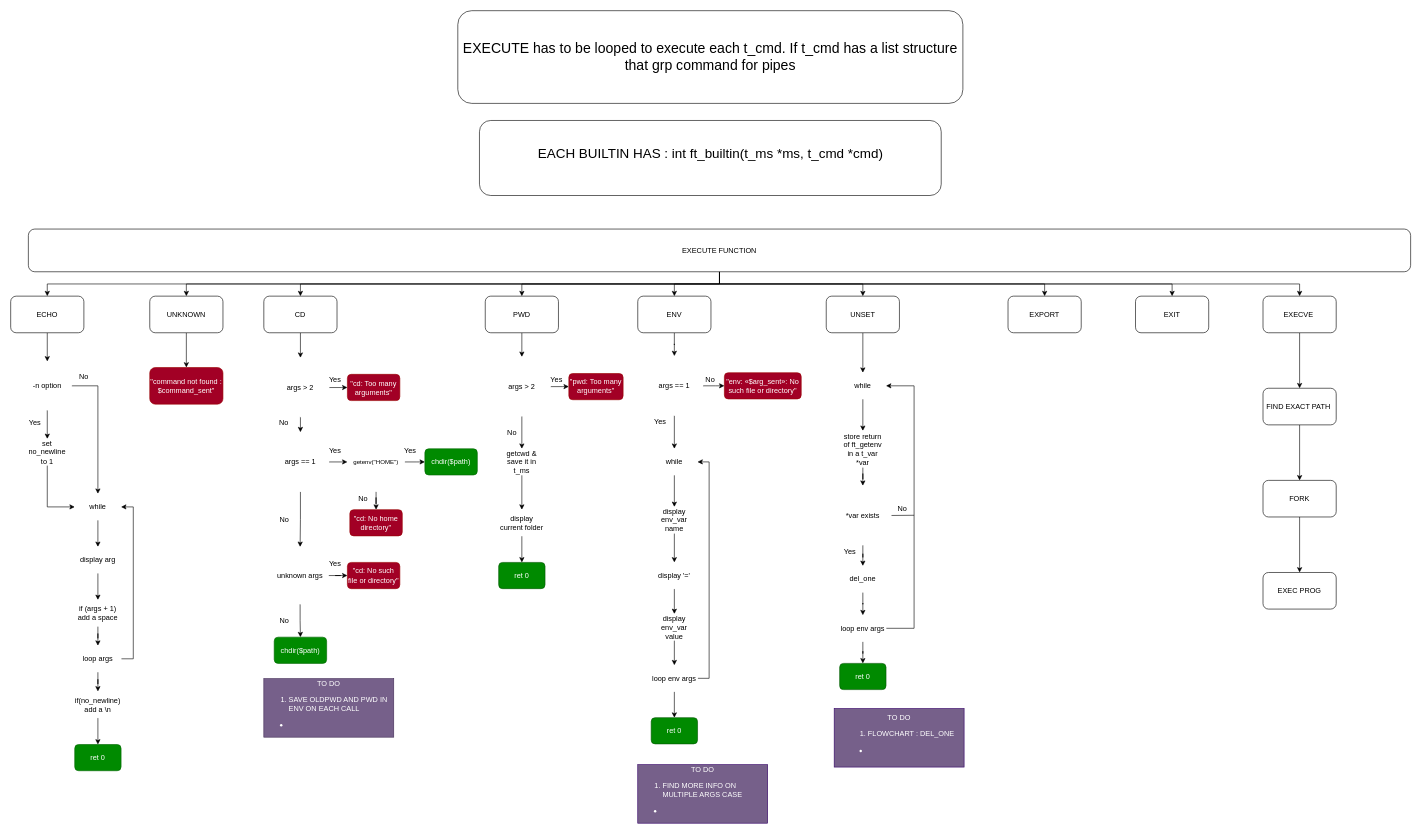
Earlier version of the draw.io diagram page "builtin redirection" (2 of 2) of Untitled Diagram.drawio (bauhaas/42MINISHELL). Source tidied: cells renumbered, new cells numbered last; positions are measured from the earlier drawing's top-left corner, leaving out a move shared by most shapes. Both pictures are drawn from the tidied source at 61%, with x=0, y=0 at pixel (10, 10).
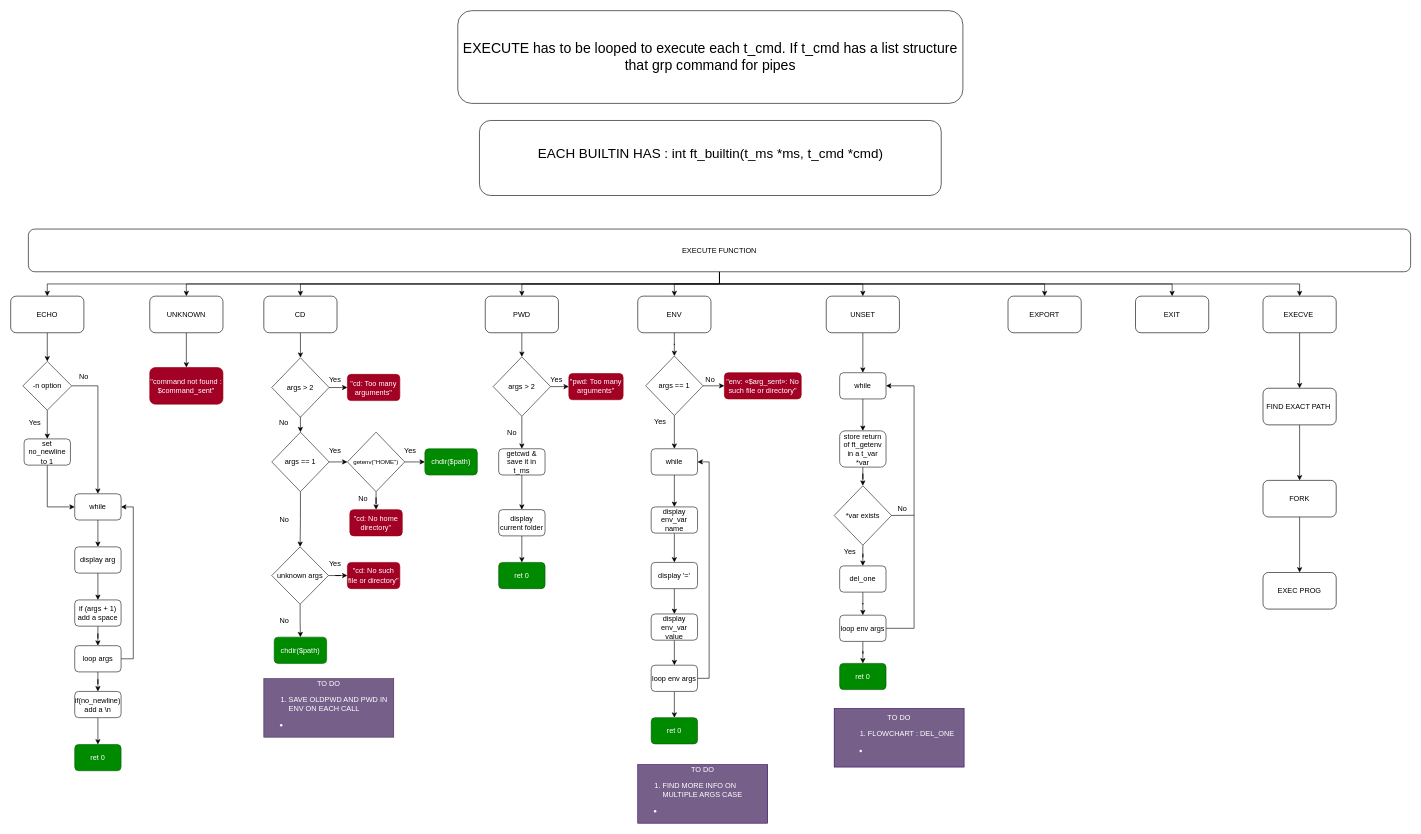
Above is the later version.

Commit message:
FIX: lines for light theme

The edit, as a diff of the source:
```diff
@@
-    <mxCell id="38" value="-n option" style="rhombus;whiteSpace=wrap;html=1;strokeColor=#FFFFFF;gradientColor=none;" parent="1" vertex="1">
+    <mxCell id="38" value="-n option" style="rhombus;whiteSpace=wrap;html=1;gradientColor=none;strokeColor=#1A1A1A;" parent="1" vertex="1">
       <mxGeometry x="20" y="575" width="80" height="80" as="geometry" />
     </mxCell>
@@
-    <mxCell id="40" value="set no_newline to 1" style="rounded=1;whiteSpace=wrap;html=1;strokeColor=#FFFFFF;gradientColor=none;" parent="1" vertex="1">
+    <mxCell id="40" value="set no_newline to 1" style="rounded=1;whiteSpace=wrap;html=1;gradientColor=none;strokeColor=#1A1A1A;" parent="1" vertex="1">
       <mxGeometry x="22" y="702" width="76" height="43" as="geometry" />
     </mxCell>
@@
-    <mxCell id="42" value="while" style="rounded=1;whiteSpace=wrap;html=1;strokeColor=#FFFFFF;gradientColor=none;" parent="1" vertex="1">
+    <mxCell id="42" value="while" style="rounded=1;whiteSpace=wrap;html=1;gradientColor=none;strokeColor=#1A1A1A;" parent="1" vertex="1">
       <mxGeometry x="105" y="792" width="76" height="43" as="geometry" />
     </mxCell>
@@
-    <mxCell id="46" value="display arg" style="rounded=1;whiteSpace=wrap;html=1;strokeColor=#FFFFFF;gradientColor=none;" parent="1" vertex="1">
+    <mxCell id="46" value="display arg" style="rounded=1;whiteSpace=wrap;html=1;gradientColor=none;strokeColor=#1A1A1A;" parent="1" vertex="1">
       <mxGeometry x="105" y="879" width="76" height="43" as="geometry" />
     </mxCell>
@@
-    <mxCell id="48" value="if (args + 1)&lt;br&gt;add a space" style="rounded=1;whiteSpace=wrap;html=1;strokeColor=#FFFFFF;gradientColor=none;" parent="1" vertex="1">
+    <mxCell id="48" value="if (args + 1)&lt;br&gt;add a space" style="rounded=1;whiteSpace=wrap;html=1;gradientColor=none;strokeColor=#1A1A1A;" parent="1" vertex="1">
       <mxGeometry x="105" y="966" width="76" height="43" as="geometry" />
     </mxCell>
@@
-    <mxCell id="50" value="if(no_newline)&lt;br&gt;add a \n" style="rounded=1;whiteSpace=wrap;html=1;strokeColor=#FFFFFF;gradientColor=none;" parent="1" vertex="1">
+    <mxCell id="50" value="if(no_newline)&lt;br&gt;add a \n" style="rounded=1;whiteSpace=wrap;html=1;gradientColor=none;strokeColor=#1A1A1A;" parent="1" vertex="1">
       <mxGeometry x="105" y="1116" width="76" height="43" as="geometry" />
     </mxCell>
@@
-    <mxCell id="55" value="args == 1" style="rhombus;whiteSpace=wrap;html=1;strokeColor=#FFFFFF;gradientColor=none;" parent="1" vertex="1">
+    <mxCell id="55" value="args == 1" style="rhombus;whiteSpace=wrap;html=1;gradientColor=none;strokeColor=#1A1A1A;" parent="1" vertex="1">
       <mxGeometry x="428" y="691" width="94" height="97.5" as="geometry" />
     </mxCell>
@@
-    <mxCell id="58" value="unknown args" style="rhombus;whiteSpace=wrap;html=1;strokeColor=#FFFFFF;gradientColor=none;" parent="1" vertex="1">
+    <mxCell id="58" value="unknown args" style="rhombus;whiteSpace=wrap;html=1;gradientColor=none;strokeColor=#1A1A1A;" parent="1" vertex="1">
       <mxGeometry x="428" y="879" width="93" height="94" as="geometry" />
     </mxCell>
@@
-    <mxCell id="61" value="args &amp;gt; 2" style="rhombus;whiteSpace=wrap;html=1;strokeColor=#FFFFFF;gradientColor=none;" parent="1" vertex="1">
+    <mxCell id="61" value="args &amp;gt; 2" style="rhombus;whiteSpace=wrap;html=1;gradientColor=none;strokeColor=#1A1A1A;" parent="1" vertex="1">
       <mxGeometry x="428" y="569" width="94" height="97.5" as="geometry" />
     </mxCell>
@@
-    <mxCell id="64" value="&lt;font style=&quot;font-size: 10px&quot;&gt;getenv(&quot;HOME&quot;)&lt;/font&gt;" style="rhombus;whiteSpace=wrap;html=1;strokeColor=#FFFFFF;gradientColor=none;" parent="1" vertex="1">
+    <mxCell id="64" value="&lt;font style=&quot;font-size: 10px&quot;&gt;getenv(&quot;HOME&quot;)&lt;/font&gt;" style="rhombus;whiteSpace=wrap;html=1;gradientColor=none;strokeColor=#1A1A1A;" parent="1" vertex="1">
       <mxGeometry x="552" y="691" width="94" height="97.5" as="geometry" />
     </mxCell>
@@
-    <mxCell id="80" value="args &amp;gt; 2" style="rhombus;whiteSpace=wrap;html=1;strokeColor=#FFFFFF;gradientColor=none;" parent="1" vertex="1">
+    <mxCell id="80" value="args &amp;gt; 2" style="rhombus;whiteSpace=wrap;html=1;gradientColor=none;strokeColor=#1A1A1A;" parent="1" vertex="1">
       <mxGeometry x="791" y="567.5" width="94" height="97.5" as="geometry" />
     </mxCell>
@@
-    <mxCell id="84" value="getcwd &amp;amp; save it in t_ms" style="rounded=1;whiteSpace=wrap;html=1;strokeColor=#FFFFFF;gradientColor=none;" parent="1" vertex="1">
+    <mxCell id="84" value="getcwd &amp;amp; save it in t_ms" style="rounded=1;whiteSpace=wrap;html=1;gradientColor=none;strokeColor=#1A1A1A;" parent="1" vertex="1">
       <mxGeometry x="800" y="718.2" width="76" height="43" as="geometry" />
     </mxCell>
@@
-    <mxCell id="86" value="display current folder" style="rounded=1;whiteSpace=wrap;html=1;strokeColor=#FFFFFF;gradientColor=none;" parent="1" vertex="1">
+    <mxCell id="86" value="display current folder" style="rounded=1;whiteSpace=wrap;html=1;gradientColor=none;strokeColor=#1A1A1A;" parent="1" vertex="1">
       <mxGeometry x="800" y="818" width="76" height="43" as="geometry" />
     </mxCell>
@@
-    <mxCell id="91" value="loop args" style="rounded=1;whiteSpace=wrap;html=1;strokeColor=#FFFFFF;gradientColor=none;" parent="1" vertex="1">
+    <mxCell id="91" value="loop args" style="rounded=1;whiteSpace=wrap;html=1;gradientColor=none;strokeColor=#1A1A1A;" parent="1" vertex="1">
       <mxGeometry x="105" y="1041" width="76" height="43" as="geometry" />
     </mxCell>
@@
-    <mxCell id="94" value="args == 1" style="rhombus;whiteSpace=wrap;html=1;strokeColor=#FFFFFF;gradientColor=none;" parent="1" vertex="1">
+    <mxCell id="94" value="args == 1" style="rhombus;whiteSpace=wrap;html=1;gradientColor=none;strokeColor=#1A1A1A;" parent="1" vertex="1">
       <mxGeometry x="1041" y="566.2" width="94" height="97.5" as="geometry" />
     </mxCell>
@@
-    <mxCell id="97" value="while" style="rounded=1;whiteSpace=wrap;html=1;strokeColor=#FFFFFF;gradientColor=none;" parent="1" vertex="1">
+    <mxCell id="97" value="while" style="rounded=1;whiteSpace=wrap;html=1;gradientColor=none;strokeColor=#1A1A1A;" parent="1" vertex="1">
       <mxGeometry x="1050" y="718.2" width="76" height="43" as="geometry" />
     </mxCell>
@@
-    <mxCell id="99" value="display env_var name" style="rounded=1;whiteSpace=wrap;html=1;strokeColor=#FFFFFF;gradientColor=none;" parent="1" vertex="1">
+    <mxCell id="99" value="display env_var name" style="rounded=1;whiteSpace=wrap;html=1;gradientColor=none;strokeColor=#1A1A1A;" parent="1" vertex="1">
       <mxGeometry x="1050" y="813.5" width="76" height="43" as="geometry" />
     </mxCell>
@@
-    <mxCell id="101" value="display '='" style="rounded=1;whiteSpace=wrap;html=1;strokeColor=#FFFFFF;gradientColor=none;" parent="1" vertex="1">
+    <mxCell id="101" value="display '='" style="rounded=1;whiteSpace=wrap;html=1;gradientColor=none;strokeColor=#1A1A1A;" parent="1" vertex="1">
       <mxGeometry x="1050" y="904.5" width="76" height="43" as="geometry" />
     </mxCell>
@@
-    <mxCell id="104" value="loop env args" style="rounded=1;whiteSpace=wrap;html=1;strokeColor=#FFFFFF;gradientColor=none;" parent="1" vertex="1">
+    <mxCell id="104" value="loop env args" style="rounded=1;whiteSpace=wrap;html=1;gradientColor=none;strokeColor=#1A1A1A;" parent="1" vertex="1">
       <mxGeometry x="1050" y="1073" width="76" height="43" as="geometry" />
     </mxCell>
@@
-    <mxCell id="107" value="display env_var value" style="rounded=1;whiteSpace=wrap;html=1;strokeColor=#FFFFFF;gradientColor=none;" parent="1" vertex="1">
+    <mxCell id="107" value="display env_var value" style="rounded=1;whiteSpace=wrap;html=1;gradientColor=none;strokeColor=#1A1A1A;" parent="1" vertex="1">
       <mxGeometry x="1050" y="989" width="76" height="43" as="geometry" />
     </mxCell>
@@
-    <mxCell id="111" value="while" style="rounded=1;whiteSpace=wrap;html=1;strokeColor=#FFFFFF;gradientColor=none;" parent="1" vertex="1">
+    <mxCell id="111" value="while" style="rounded=1;whiteSpace=wrap;html=1;gradientColor=none;strokeColor=#1A1A1A;" parent="1" vertex="1">
       <mxGeometry x="1359" y="593.5" width="76" height="43" as="geometry" />
     </mxCell>
@@
-    <mxCell id="113" value="store return of ft_getenv in a t_var *var" style="rounded=1;whiteSpace=wrap;html=1;strokeColor=#FFFFFF;gradientColor=none;" parent="1" vertex="1">
+    <mxCell id="113" value="store return of ft_getenv in a t_var *var" style="rounded=1;whiteSpace=wrap;html=1;gradientColor=none;strokeColor=#1A1A1A;" parent="1" vertex="1">
       <mxGeometry x="1359" y="688.8" width="76" height="59.5" as="geometry" />
     </mxCell>
@@
-    <mxCell id="116" value="loop env args" style="rounded=1;whiteSpace=wrap;html=1;strokeColor=#FFFFFF;gradientColor=none;" parent="1" vertex="1">
+    <mxCell id="116" value="loop env args" style="rounded=1;whiteSpace=wrap;html=1;gradientColor=none;strokeColor=#1A1A1A;" parent="1" vertex="1">
       <mxGeometry x="1359" y="991" width="76" height="43" as="geometry" />
     </mxCell>
@@
-    <mxCell id="118" value="del_one" style="rounded=1;whiteSpace=wrap;html=1;strokeColor=#FFFFFF;gradientColor=none;" parent="1" vertex="1">
+    <mxCell id="118" value="del_one" style="rounded=1;whiteSpace=wrap;html=1;gradientColor=none;strokeColor=#1A1A1A;" parent="1" vertex="1">
       <mxGeometry x="1359" y="910.2" width="76" height="43" as="geometry" />
     </mxCell>
@@
-    <mxCell id="120" value="*var exists" style="rhombus;whiteSpace=wrap;html=1;strokeColor=#FFFFFF;gradientColor=none;" parent="1" vertex="1">
+    <mxCell id="120" value="*var exists" style="rhombus;whiteSpace=wrap;html=1;gradientColor=none;strokeColor=#1A1A1A;" parent="1" vertex="1">
       <mxGeometry x="1350" y="778.8" width="94" height="97.5" as="geometry" />
     </mxCell>
```
